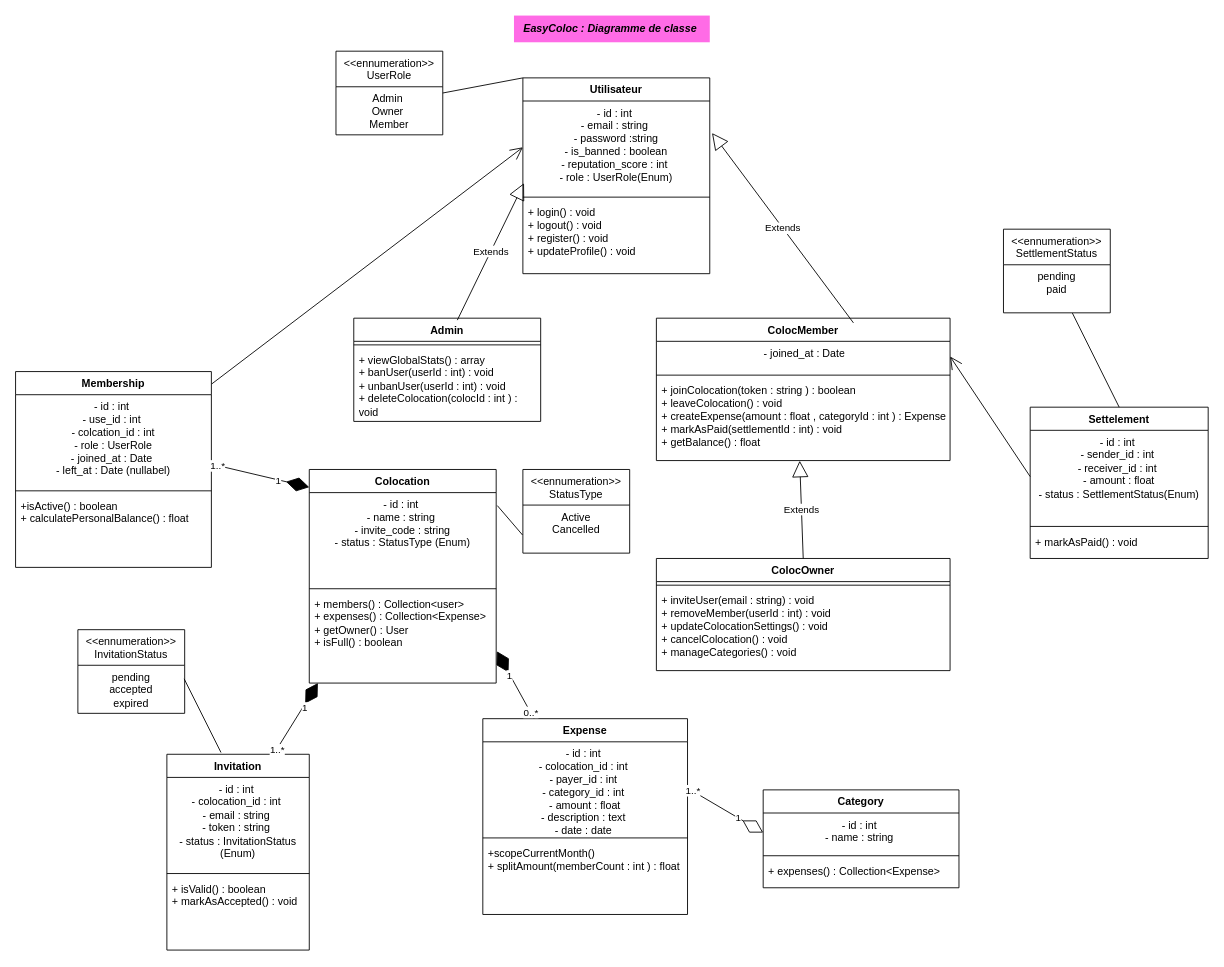
Before: umlDiagram.drawio in 10LOKI/EasyColoc, a draw.io diagram. Source tidied: cells renumbered, new cells numbered last; positions are measured from the earlier drawing's top-left corner, leaving out a move shared by most shapes. Both pictures are drawn from the tidied source at 89%, with x=0, y=0 at pixel (15, 15).
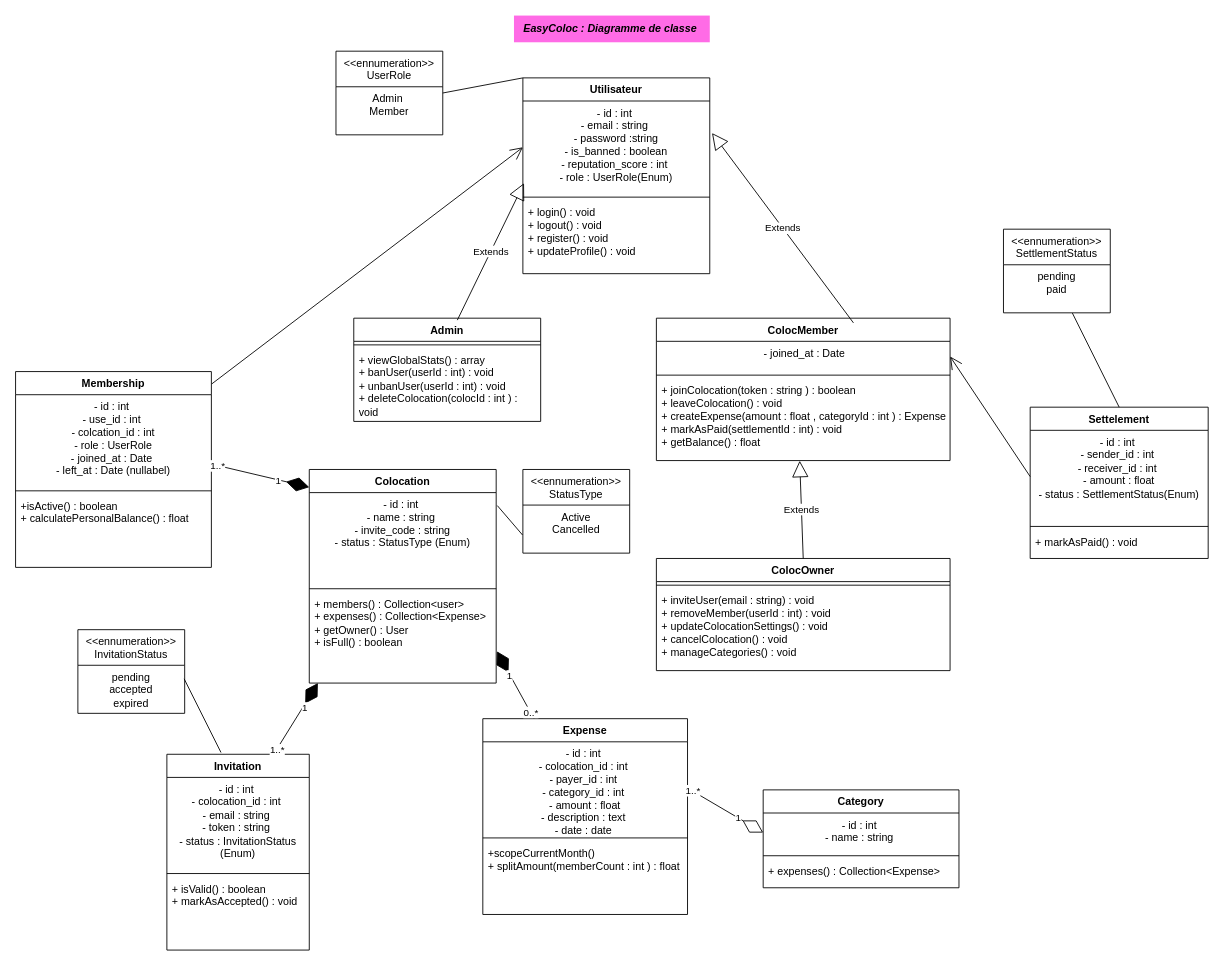
After the change.

The change refers to these unchanged cells:
```xml
<mxCell id="31" value="&lt;span style=&quot;color: rgb(0, 0, 0); font-weight: 400;&quot;&gt;&amp;lt;&amp;lt;ennumeration&amp;gt;&amp;gt;&lt;br&gt;UserRole&lt;/span&gt;" style="swimlane;fontStyle=1;align=center;verticalAlign=top;horizontal=1;startSize=40;whiteSpace=wrap;html=1;" parent="1" vertex="1">
  <mxGeometry x="360" y="40" width="120" height="94" as="geometry" />
</mxCell>
```

Change to the diagram source:
```diff
@@
-    <mxCell id="32" value="Admin&amp;nbsp;&lt;br&gt;Owner&amp;nbsp;&lt;br&gt;Member" style="text;strokeColor=none;fillColor=none;align=center;verticalAlign=top;spacingLeft=4;spacingRight=4;overflow=hidden;whiteSpace=wrap;html=1;" parent="31" vertex="1">
+    <mxCell id="32" value="Admin&amp;nbsp;&lt;br&gt;Member" style="text;strokeColor=none;fillColor=none;align=center;verticalAlign=top;spacingLeft=4;spacingRight=4;overflow=hidden;whiteSpace=wrap;html=1;" parent="31" vertex="1">
       <mxGeometry y="40" width="120" height="54" as="geometry" />
     </mxCell>
```
